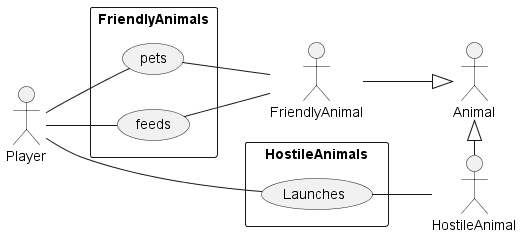
Above: 9_Assignment/Usecase.png in mjesper90/CSharp (PlantUML), before the change. Source of this version:
```plantuml
@startuml
left to right direction
skinparam packageStyle rectangle
actor Player
actor Animal
actor HostileAnimal
actor FriendlyAnimal

rectangle HostileAnimals {
  Player -- (Launches)
  (Launches) -- HostileAnimal
}
rectangle FriendlyAnimals {
  Player -- (pets)
  Player -- (feeds)
  (feeds) -- FriendlyAnimal
  (pets) -- FriendlyAnimal
}

HostileAnimal -left-|> Animal
FriendlyAnimal --|> Animal
@enduml
```
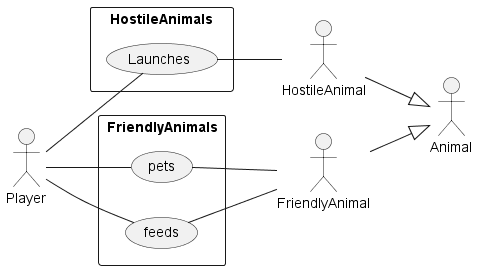
Later version of the same file.

Change to the diagram source:
```diff
@@ -17,6 +17,6 @@
   (pets) -- FriendlyAnimal
 }
 
-HostileAnimal -left-|> Animal
+HostileAnimal --|> Animal
 FriendlyAnimal --|> Animal
 @enduml
```
